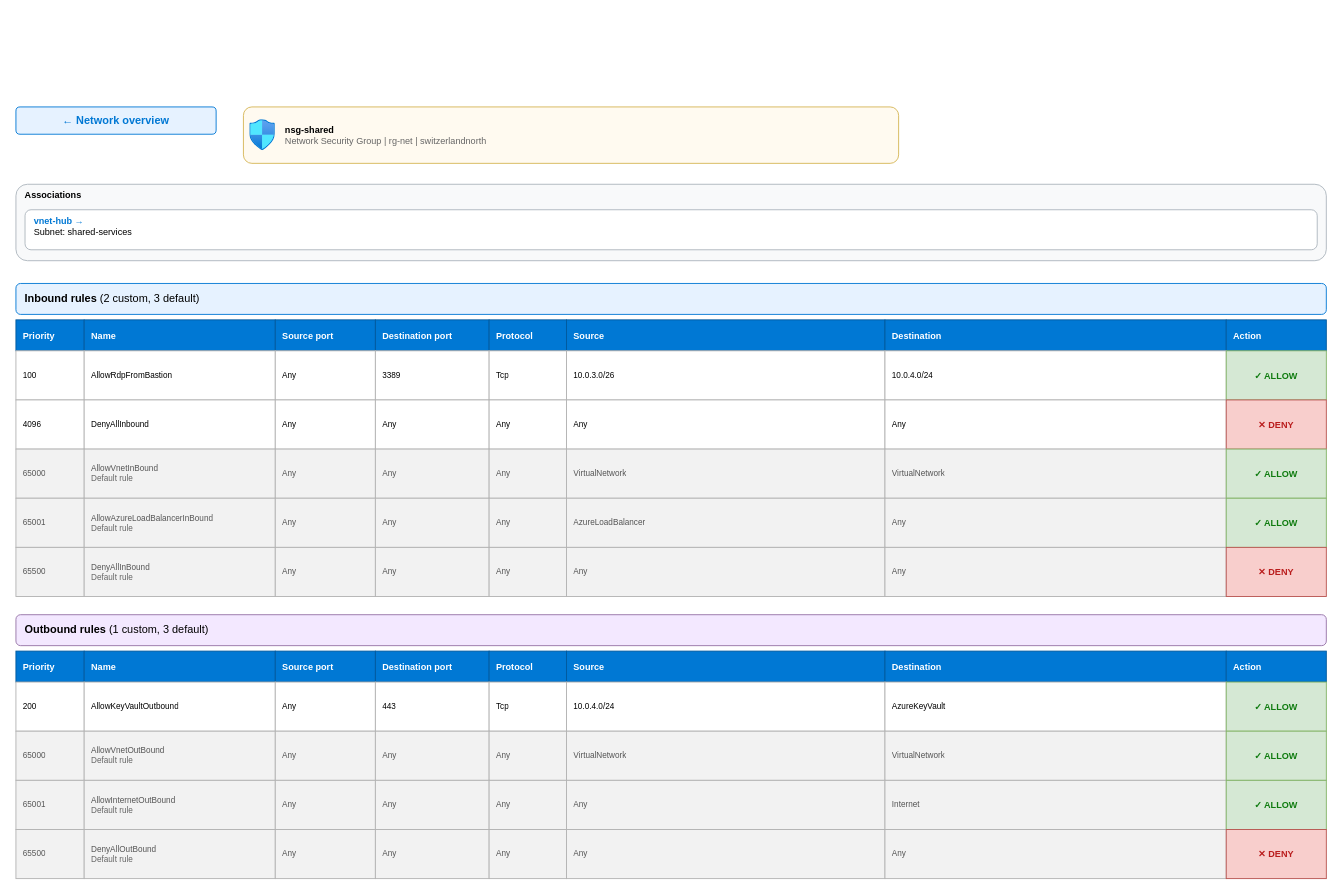
The draw.io diagram page "NSG - nsg-prod" (9 of 17) of sample-network.drawio in zh54321/VNetAtlas, before the edit. Source tidied: cells renumbered, new cells numbered last; positions are measured from the earlier drawing's top-left corner, leaving out a move shared by most shapes. Both pictures are drawn from the tidied source at 91%, with x=0, y=0 at pixel (15, 106).
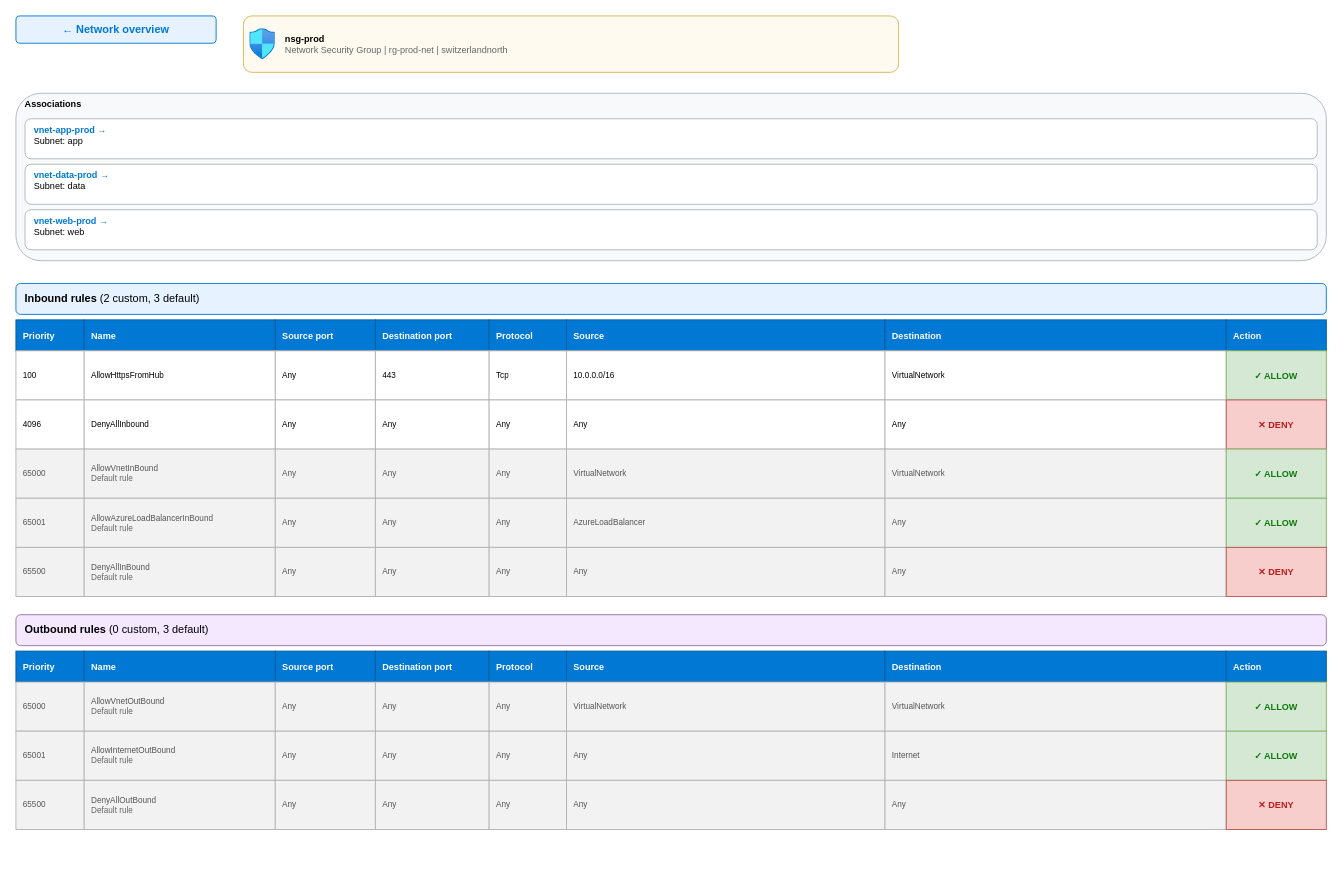
The same diagram, later.

What changed in the source:
```diff
@@
     <mxCell id="2" value="&amp;#8592; Network overview" style="rounded=1;whiteSpace=wrap;html=1;fillColor=light-dark(#e6f2ff,#1d2d40);strokeColor=light-dark(#0078d4,#4a9be0);fontColor=light-dark(#0078d4,#6cb6ff);fontStyle=1;" parent="1" vertex="1">
-      <mxGeometry width="220" height="30" as="geometry" />
+      <mxGeometry y="-100" width="220" height="30" as="geometry" />
     </mxCell>
-    <mxCell id="3" value="&lt;b&gt;nsg-shared&lt;/b&gt;&lt;br&gt;&lt;font color='#666666'&gt;Network Security Group | rg-net | switzerlandnorth&lt;/font&gt;" style="shape=label;rounded=1;whiteSpace=wrap;html=1;image=img/lib/azure2/networking/Network_Security_Groups.svg;imageWidth=28;imageHeight=34;imageAlign=left;imageVerticalAlign=middle;spacingLeft=44;align=left;verticalAlign=middle;fillColor=light-dark(#fffaf0,#2e2a1f);strokeColor=light-dark(#d6b656,#a88f3f);fontSize=10;overflow=hidden;fontColor=light-dark(#000000,#dcdde0);" parent="1" vertex="1">
-      <mxGeometry x="250" width="720" height="62" as="geometry" />
+    <mxCell id="3" value="&lt;b&gt;nsg-prod&lt;/b&gt;&lt;br&gt;&lt;font color='#666666'&gt;Network Security Group | rg-prod-net | switzerlandnorth&lt;/font&gt;" style="shape=label;rounded=1;whiteSpace=wrap;html=1;image=img/lib/azure2/networking/Network_Security_Groups.svg;imageWidth=28;imageHeight=34;imageAlign=left;imageVerticalAlign=middle;spacingLeft=44;align=left;verticalAlign=middle;fillColor=light-dark(#fffaf0,#2e2a1f);strokeColor=light-dark(#d6b656,#a88f3f);fontSize=10;overflow=hidden;fontColor=light-dark(#000000,#dcdde0);" parent="1" vertex="1">
+      <mxGeometry x="250" y="-100" width="720" height="62" as="geometry" />
     </mxCell>
     <mxCell id="4" value="&lt;b&gt;Associations&lt;/b&gt;" style="rounded=1;whiteSpace=wrap;html=1;fillColor=light-dark(#f8f9fa,#26282c);strokeColor=light-dark(#adb5bd,#4a4f57);fontSize=10;align=left;spacingLeft=8;verticalAlign=top;fontColor=light-dark(#000000,#dcdde0);" parent="1" vertex="1">
-      <mxGeometry y="85" width="1440" height="84" as="geometry" />
+      <mxGeometry y="-15" width="1440" height="184" as="geometry" />
     </mxCell>
-    <mxCell id="5" value="&lt;font color='#0078d4'&gt;&lt;b&gt;vnet-hub&lt;/b&gt; &amp;#8594;&lt;/font&gt;&lt;br&gt;Subnet: shared-services" style="rounded=1;whiteSpace=wrap;html=1;fillColor=light-dark(#ffffff,#2b2d31);strokeColor=light-dark(#adb5bd,#4a4f57);fontSize=10;align=left;spacingLeft=8;verticalAlign=top;fontColor=light-dark(#000000,#dcdde0);" parent="1" vertex="1">
-      <mxGeometry x="10" y="113" width="1420" height="44" as="geometry" />
+    <mxCell id="5" value="&lt;font color='#0078d4'&gt;&lt;b&gt;vnet-app-prod&lt;/b&gt; &amp;#8594;&lt;/font&gt;&lt;br&gt;Subnet: app" style="rounded=1;whiteSpace=wrap;html=1;fillColor=light-dark(#ffffff,#2b2d31);strokeColor=light-dark(#adb5bd,#4a4f57);fontSize=10;align=left;spacingLeft=8;verticalAlign=top;fontColor=light-dark(#000000,#dcdde0);" parent="1" vertex="1">
+      <mxGeometry x="10" y="13" width="1420" height="44" as="geometry" />
     </mxCell>
+    <mxCell id="96" value="&lt;font color='#0078d4'&gt;&lt;b&gt;vnet-data-prod&lt;/b&gt; &amp;#8594;&lt;/font&gt;&lt;br&gt;Subnet: data" style="rounded=1;whiteSpace=wrap;html=1;fillColor=light-dark(#ffffff,#2b2d31);strokeColor=light-dark(#adb5bd,#4a4f57);fontSize=10;align=left;spacingLeft=8;verticalAlign=top;fontColor=light-dark(#000000,#dcdde0);" parent="1" vertex="1">
+      <mxGeometry x="10" y="63" width="1420" height="44" as="geometry" />
+    </mxCell>
+    <mxCell id="97" value="&lt;font color='#0078d4'&gt;&lt;b&gt;vnet-web-prod&lt;/b&gt; &amp;#8594;&lt;/font&gt;&lt;br&gt;Subnet: web" style="rounded=1;whiteSpace=wrap;html=1;fillColor=light-dark(#ffffff,#2b2d31);strokeColor=light-dark(#adb5bd,#4a4f57);fontSize=10;align=left;spacingLeft=8;verticalAlign=top;fontColor=light-dark(#000000,#dcdde0);" parent="1" vertex="1">
+      <mxGeometry x="10" y="113" width="1420" height="44" as="geometry" />
+    </mxCell>
@@
-    <mxCell id="16" value="AllowRdpFromBastion" style="rounded=0;whiteSpace=wrap;html=1;fillColor=light-dark(#ffffff,#2b2d31);strokeColor=light-dark(#b3b3b3,#3e4148);fontSize=9;align=left;spacingLeft=6;overflow=hidden;fontColor=light-dark(#000000,#dcdde0);" parent="1" vertex="1">
+    <mxCell id="16" value="AllowHttpsFromHub" style="rounded=0;whiteSpace=wrap;html=1;fillColor=light-dark(#ffffff,#2b2d31);strokeColor=light-dark(#b3b3b3,#3e4148);fontSize=9;align=left;spacingLeft=6;overflow=hidden;fontColor=light-dark(#000000,#dcdde0);" parent="1" vertex="1">
       <mxGeometry x="75" y="268" width="210" height="54" as="geometry" />
     </mxCell>
@@
-    <mxCell id="18" value="3389" style="rounded=0;whiteSpace=wrap;html=1;fillColor=light-dark(#ffffff,#2b2d31);strokeColor=light-dark(#b3b3b3,#3e4148);fontSize=9;align=left;spacingLeft=6;overflow=hidden;fontColor=light-dark(#000000,#dcdde0);" parent="1" vertex="1">
+    <mxCell id="18" value="443" style="rounded=0;whiteSpace=wrap;html=1;fillColor=light-dark(#ffffff,#2b2d31);strokeColor=light-dark(#b3b3b3,#3e4148);fontSize=9;align=left;spacingLeft=6;overflow=hidden;fontColor=light-dark(#000000,#dcdde0);" parent="1" vertex="1">
       <mxGeometry x="395" y="268" width="125" height="54" as="geometry" />
     </mxCell>
@@
-    <mxCell id="20" value="10.0.3.0/26" style="rounded=0;whiteSpace=wrap;html=1;fillColor=light-dark(#ffffff,#2b2d31);strokeColor=light-dark(#b3b3b3,#3e4148);fontSize=9;align=left;spacingLeft=6;overflow=hidden;fontColor=light-dark(#000000,#dcdde0);" parent="1" vertex="1">
+    <mxCell id="20" value="10.0.0.0/16" style="rounded=0;whiteSpace=wrap;html=1;fillColor=light-dark(#ffffff,#2b2d31);strokeColor=light-dark(#b3b3b3,#3e4148);fontSize=9;align=left;spacingLeft=6;overflow=hidden;fontColor=light-dark(#000000,#dcdde0);" parent="1" vertex="1">
       <mxGeometry x="605" y="268" width="350" height="54" as="geometry" />
     </mxCell>
-    <mxCell id="21" value="10.0.4.0/24" style="rounded=0;whiteSpace=wrap;html=1;fillColor=light-dark(#ffffff,#2b2d31);strokeColor=light-dark(#b3b3b3,#3e4148);fontSize=9;align=left;spacingLeft=6;overflow=hidden;fontColor=light-dark(#000000,#dcdde0);" parent="1" vertex="1">
+    <mxCell id="21" value="VirtualNetwork" style="rounded=0;whiteSpace=wrap;html=1;fillColor=light-dark(#ffffff,#2b2d31);strokeColor=light-dark(#b3b3b3,#3e4148);fontSize=9;align=left;spacingLeft=6;overflow=hidden;fontColor=light-dark(#000000,#dcdde0);" parent="1" vertex="1">
       <mxGeometry x="955" y="268" width="375" height="54" as="geometry" />
     </mxCell>
@@
-    <mxCell id="55" value="&lt;b&gt;Outbound rules&lt;/b&gt; (1 custom, 3 default)" style="rounded=1;whiteSpace=wrap;html=1;fillColor=light-dark(#f3e8ff,#2d2340);strokeColor=light-dark(#9673a6,#9c84c4);fontSize=12;align=left;spacingLeft=8;fontColor=light-dark(#000000,#dcdde0);" parent="1" vertex="1">
+    <mxCell id="55" value="&lt;b&gt;Outbound rules&lt;/b&gt; (0 custom, 3 default)" style="rounded=1;whiteSpace=wrap;html=1;fillColor=light-dark(#f3e8ff,#2d2340);strokeColor=light-dark(#9673a6,#9c84c4);fontSize=12;align=left;spacingLeft=8;fontColor=light-dark(#000000,#dcdde0);" parent="1" vertex="1">
       <mxGeometry y="558" width="1440" height="34" as="geometry" />
     </mxCell>
@@
-    <mxCell id="64" value="200" style="rounded=0;whiteSpace=wrap;html=1;fillColor=light-dark(#ffffff,#2b2d31);strokeColor=light-dark(#b3b3b3,#3e4148);fontSize=9;align=left;spacingLeft=6;overflow=hidden;fontColor=light-dark(#000000,#dcdde0);" parent="1" vertex="1">
+    <mxCell id="64" value="65000" style="rounded=0;whiteSpace=wrap;html=1;fillColor=light-dark(#f2f2f2,#232427);strokeColor=light-dark(#b3b3b3,#3e4148);fontColor=light-dark(#555555,#a0a4aa);fontSize=9;align=left;spacingLeft=6;overflow=hidden;" parent="1" vertex="1">
       <mxGeometry y="632" width="75" height="54" as="geometry" />
     </mxCell>
-    <mxCell id="65" value="AllowKeyVaultOutbound" style="rounded=0;whiteSpace=wrap;html=1;fillColor=light-dark(#ffffff,#2b2d31);strokeColor=light-dark(#b3b3b3,#3e4148);fontSize=9;align=left;spacingLeft=6;overflow=hidden;fontColor=light-dark(#000000,#dcdde0);" parent="1" vertex="1">
+    <mxCell id="65" value="AllowVnetOutBound&lt;br&gt;&lt;font color='#666666'&gt;Default rule&lt;/font&gt;" style="rounded=0;whiteSpace=wrap;html=1;fillColor=light-dark(#f2f2f2,#232427);strokeColor=light-dark(#b3b3b3,#3e4148);fontColor=light-dark(#555555,#a0a4aa);fontSize=9;align=left;spacingLeft=6;overflow=hidden;" parent="1" vertex="1">
       <mxGeometry x="75" y="632" width="210" height="54" as="geometry" />
     </mxCell>
-    <mxCell id="66" value="Any" style="rounded=0;whiteSpace=wrap;html=1;fillColor=light-dark(#ffffff,#2b2d31);strokeColor=light-dark(#b3b3b3,#3e4148);fontSize=9;align=left;spacingLeft=6;overflow=hidden;fontColor=light-dark(#000000,#dcdde0);" parent="1" vertex="1">
+    <mxCell id="66" value="Any" style="rounded=0;whiteSpace=wrap;html=1;fillColor=light-dark(#f2f2f2,#232427);strokeColor=light-dark(#b3b3b3,#3e4148);fontColor=light-dark(#555555,#a0a4aa);fontSize=9;align=left;spacingLeft=6;overflow=hidden;" parent="1" vertex="1">
       <mxGeometry x="285" y="632" width="110" height="54" as="geometry" />
     </mxCell>
-    <mxCell id="67" value="443" style="rounded=0;whiteSpace=wrap;html=1;fillColor=light-dark(#ffffff,#2b2d31);strokeColor=light-dark(#b3b3b3,#3e4148);fontSize=9;align=left;spacingLeft=6;overflow=hidden;fontColor=light-dark(#000000,#dcdde0);" parent="1" vertex="1">
+    <mxCell id="67" value="Any" style="rounded=0;whiteSpace=wrap;html=1;fillColor=light-dark(#f2f2f2,#232427);strokeColor=light-dark(#b3b3b3,#3e4148);fontColor=light-dark(#555555,#a0a4aa);fontSize=9;align=left;spacingLeft=6;overflow=hidden;" parent="1" vertex="1">
       <mxGeometry x="395" y="632" width="125" height="54" as="geometry" />
     </mxCell>
-    <mxCell id="68" value="Tcp" style="rounded=0;whiteSpace=wrap;html=1;fillColor=light-dark(#ffffff,#2b2d31);strokeColor=light-dark(#b3b3b3,#3e4148);fontSize=9;align=left;spacingLeft=6;overflow=hidden;fontColor=light-dark(#000000,#dcdde0);" parent="1" vertex="1">
+    <mxCell id="68" value="Any" style="rounded=0;whiteSpace=wrap;html=1;fillColor=light-dark(#f2f2f2,#232427);strokeColor=light-dark(#b3b3b3,#3e4148);fontColor=light-dark(#555555,#a0a4aa);fontSize=9;align=left;spacingLeft=6;overflow=hidden;" parent="1" vertex="1">
       <mxGeometry x="520" y="632" width="85" height="54" as="geometry" />
     </mxCell>
-    <mxCell id="69" value="10.0.4.0/24" style="rounded=0;whiteSpace=wrap;html=1;fillColor=light-dark(#ffffff,#2b2d31);strokeColor=light-dark(#b3b3b3,#3e4148);fontSize=9;align=left;spacingLeft=6;overflow=hidden;fontColor=light-dark(#000000,#dcdde0);" parent="1" vertex="1">
+    <mxCell id="69" value="VirtualNetwork" style="rounded=0;whiteSpace=wrap;html=1;fillColor=light-dark(#f2f2f2,#232427);strokeColor=light-dark(#b3b3b3,#3e4148);fontColor=light-dark(#555555,#a0a4aa);fontSize=9;align=left;spacingLeft=6;overflow=hidden;" parent="1" vertex="1">
       <mxGeometry x="605" y="632" width="350" height="54" as="geometry" />
     </mxCell>
-    <mxCell id="70" value="AzureKeyVault" style="rounded=0;whiteSpace=wrap;html=1;fillColor=light-dark(#ffffff,#2b2d31);strokeColor=light-dark(#b3b3b3,#3e4148);fontSize=9;align=left;spacingLeft=6;overflow=hidden;fontColor=light-dark(#000000,#dcdde0);" parent="1" vertex="1">
+    <mxCell id="70" value="VirtualNetwork" style="rounded=0;whiteSpace=wrap;html=1;fillColor=light-dark(#f2f2f2,#232427);strokeColor=light-dark(#b3b3b3,#3e4148);fontColor=light-dark(#555555,#a0a4aa);fontSize=9;align=left;spacingLeft=6;overflow=hidden;" parent="1" vertex="1">
       <mxGeometry x="955" y="632" width="375" height="54" as="geometry" />
     </mxCell>
@@
-    <mxCell id="72" value="65000" style="rounded=0;whiteSpace=wrap;html=1;fillColor=light-dark(#f2f2f2,#232427);strokeColor=light-dark(#b3b3b3,#3e4148);fontColor=light-dark(#555555,#a0a4aa);fontSize=9;align=left;spacingLeft=6;overflow=hidden;" parent="1" vertex="1">
+    <mxCell id="72" value="65001" style="rounded=0;whiteSpace=wrap;html=1;fillColor=light-dark(#f2f2f2,#232427);strokeColor=light-dark(#b3b3b3,#3e4148);fontColor=light-dark(#555555,#a0a4aa);fontSize=9;align=left;spacingLeft=6;overflow=hidden;" parent="1" vertex="1">
       <mxGeometry y="686" width="75" height="54" as="geometry" />
     </mxCell>
-    <mxCell id="73" value="AllowVnetOutBound&lt;br&gt;&lt;font color='#666666'&gt;Default rule&lt;/font&gt;" style="rounded=0;whiteSpace=wrap;html=1;fillColor=light-dark(#f2f2f2,#232427);strokeColor=light-dark(#b3b3b3,#3e4148);fontColor=light-dark(#555555,#a0a4aa);fontSize=9;align=left;spacingLeft=6;overflow=hidden;" parent="1" vertex="1">
+    <mxCell id="73" value="AllowInternetOutBound&lt;br&gt;&lt;font color='#666666'&gt;Default rule&lt;/font&gt;" style="rounded=0;whiteSpace=wrap;html=1;fillColor=light-dark(#f2f2f2,#232427);strokeColor=light-dark(#b3b3b3,#3e4148);fontColor=light-dark(#555555,#a0a4aa);fontSize=9;align=left;spacingLeft=6;overflow=hidden;" parent="1" vertex="1">
       <mxGeometry x="75" y="686" width="210" height="54" as="geometry" />
     </mxCell>
@@
-    <mxCell id="77" value="VirtualNetwork" style="rounded=0;whiteSpace=wrap;html=1;fillColor=light-dark(#f2f2f2,#232427);strokeColor=light-dark(#b3b3b3,#3e4148);fontColor=light-dark(#555555,#a0a4aa);fontSize=9;align=left;spacingLeft=6;overflow=hidden;" parent="1" vertex="1">
+    <mxCell id="77" value="Any" style="rounded=0;whiteSpace=wrap;html=1;fillColor=light-dark(#f2f2f2,#232427);strokeColor=light-dark(#b3b3b3,#3e4148);fontColor=light-dark(#555555,#a0a4aa);fontSize=9;align=left;spacingLeft=6;overflow=hidden;" parent="1" vertex="1">
       <mxGeometry x="605" y="686" width="350" height="54" as="geometry" />
     </mxCell>
-    <mxCell id="78" value="VirtualNetwork" style="rounded=0;whiteSpace=wrap;html=1;fillColor=light-dark(#f2f2f2,#232427);strokeColor=light-dark(#b3b3b3,#3e4148);fontColor=light-dark(#555555,#a0a4aa);fontSize=9;align=left;spacingLeft=6;overflow=hidden;" parent="1" vertex="1">
+    <mxCell id="78" value="Internet" style="rounded=0;whiteSpace=wrap;html=1;fillColor=light-dark(#f2f2f2,#232427);strokeColor=light-dark(#b3b3b3,#3e4148);fontColor=light-dark(#555555,#a0a4aa);fontSize=9;align=left;spacingLeft=6;overflow=hidden;" parent="1" vertex="1">
       <mxGeometry x="955" y="686" width="375" height="54" as="geometry" />
     </mxCell>
@@
-    <mxCell id="80" value="65001" style="rounded=0;whiteSpace=wrap;html=1;fillColor=light-dark(#f2f2f2,#232427);strokeColor=light-dark(#b3b3b3,#3e4148);fontColor=light-dark(#555555,#a0a4aa);fontSize=9;align=left;spacingLeft=6;overflow=hidden;" parent="1" vertex="1">
+    <mxCell id="80" value="65500" style="rounded=0;whiteSpace=wrap;html=1;fillColor=light-dark(#f2f2f2,#232427);strokeColor=light-dark(#b3b3b3,#3e4148);fontColor=light-dark(#555555,#a0a4aa);fontSize=9;align=left;spacingLeft=6;overflow=hidden;" parent="1" vertex="1">
       <mxGeometry y="740" width="75" height="54" as="geometry" />
     </mxCell>
-    <mxCell id="81" value="AllowInternetOutBound&lt;br&gt;&lt;font color='#666666'&gt;Default rule&lt;/font&gt;" style="rounded=0;whiteSpace=wrap;html=1;fillColor=light-dark(#f2f2f2,#232427);strokeColor=light-dark(#b3b3b3,#3e4148);fontColor=light-dark(#555555,#a0a4aa);fontSize=9;align=left;spacingLeft=6;overflow=hidden;" parent="1" vertex="1">
+    <mxCell id="81" value="DenyAllOutBound&lt;br&gt;&lt;font color='#666666'&gt;Default rule&lt;/font&gt;" style="rounded=0;whiteSpace=wrap;html=1;fillColor=light-dark(#f2f2f2,#232427);strokeColor=light-dark(#b3b3b3,#3e4148);fontColor=light-dark(#555555,#a0a4aa);fontSize=9;align=left;spacingLeft=6;overflow=hidden;" parent="1" vertex="1">
       <mxGeometry x="75" y="740" width="210" height="54" as="geometry" />
     </mxCell>
@@
-    <mxCell id="86" value="Internet" style="rounded=0;whiteSpace=wrap;html=1;fillColor=light-dark(#f2f2f2,#232427);strokeColor=light-dark(#b3b3b3,#3e4148);fontColor=light-dark(#555555,#a0a4aa);fontSize=9;align=left;spacingLeft=6;overflow=hidden;" parent="1" vertex="1">
+    <mxCell id="86" value="Any" style="rounded=0;whiteSpace=wrap;html=1;fillColor=light-dark(#f2f2f2,#232427);strokeColor=light-dark(#b3b3b3,#3e4148);fontColor=light-dark(#555555,#a0a4aa);fontSize=9;align=left;spacingLeft=6;overflow=hidden;" parent="1" vertex="1">
       <mxGeometry x="955" y="740" width="375" height="54" as="geometry" />
     </mxCell>
-    <mxCell id="87" value="✓ ALLOW" style="rounded=0;whiteSpace=wrap;html=1;fillColor=light-dark(#d5e8d4,#1f3324);strokeColor=light-dark(#82b366,#5e9a55);fontColor=light-dark(#107c10,#7fd18b);fontStyle=1;fontSize=10;align=center;" parent="1" vertex="1">
+    <mxCell id="87" value="✕ DENY" style="rounded=0;whiteSpace=wrap;html=1;fillColor=light-dark(#f8cecc,#3d2326);strokeColor=light-dark(#b85450,#a8504c);fontColor=light-dark(#b91c1c,#ff8f8f);fontStyle=1;fontSize=10;align=center;" parent="1" vertex="1">
       <mxGeometry x="1330" y="740" width="110" height="54" as="geometry" />
     </mxCell>
-    <mxCell id="88" value="65500" style="rounded=0;whiteSpace=wrap;html=1;fillColor=light-dark(#f2f2f2,#232427);strokeColor=light-dark(#b3b3b3,#3e4148);fontColor=light-dark(#555555,#a0a4aa);fontSize=9;align=left;spacingLeft=6;overflow=hidden;" parent="1" vertex="1">
-      <mxGeometry y="794" width="75" height="54" as="geometry" />
-    </mxCell>
-    <mxCell id="89" value="DenyAllOutBound&lt;br&gt;&lt;font color='#666666'&gt;Default rule&lt;/font&gt;" style="rounded=0;whiteSpace=wrap;html=1;fillColor=light-dark(#f2f2f2,#232427);strokeColor=light-dark(#b3b3b3,#3e4148);fontColor=light-dark(#555555,#a0a4aa);fontSize=9;align=left;spacingLeft=6;overflow=hidden;" parent="1" vertex="1">
-      <mxGeometry x="75" y="794" width="210" height="54" as="geometry" />
-    </mxCell>
-    <mxCell id="90" value="Any" style="rounded=0;whiteSpace=wrap;html=1;fillColor=light-dark(#f2f2f2,#232427);strokeColor=light-dark(#b3b3b3,#3e4148);fontColor=light-dark(#555555,#a0a4aa);fontSize=9;align=left;spacingLeft=6;overflow=hidden;" parent="1" vertex="1">
-      <mxGeometry x="285" y="794" width="110" height="54" as="geometry" />
-    </mxCell>
-    <mxCell id="91" value="Any" style="rounded=0;whiteSpace=wrap;html=1;fillColor=light-dark(#f2f2f2,#232427);strokeColor=light-dark(#b3b3b3,#3e4148);fontColor=light-dark(#555555,#a0a4aa);fontSize=9;align=left;spacingLeft=6;overflow=hidden;" parent="1" vertex="1">
-      <mxGeometry x="395" y="794" width="125" height="54" as="geometry" />
-    </mxCell>
-    <mxCell id="92" value="Any" style="rounded=0;whiteSpace=wrap;html=1;fillColor=light-dark(#f2f2f2,#232427);strokeColor=light-dark(#b3b3b3,#3e4148);fontColor=light-dark(#555555,#a0a4aa);fontSize=9;align=left;spacingLeft=6;overflow=hidden;" parent="1" vertex="1">
-      <mxGeometry x="520" y="794" width="85" height="54" as="geometry" />
-    </mxCell>
-    <mxCell id="93" value="Any" style="rounded=0;whiteSpace=wrap;html=1;fillColor=light-dark(#f2f2f2,#232427);strokeColor=light-dark(#b3b3b3,#3e4148);fontColor=light-dark(#555555,#a0a4aa);fontSize=9;align=left;spacingLeft=6;overflow=hidden;" parent="1" vertex="1">
-      <mxGeometry x="605" y="794" width="350" height="54" as="geometry" />
-    </mxCell>
-    <mxCell id="94" value="Any" style="rounded=0;whiteSpace=wrap;html=1;fillColor=light-dark(#f2f2f2,#232427);strokeColor=light-dark(#b3b3b3,#3e4148);fontColor=light-dark(#555555,#a0a4aa);fontSize=9;align=left;spacingLeft=6;overflow=hidden;" parent="1" vertex="1">
-      <mxGeometry x="955" y="794" width="375" height="54" as="geometry" />
-    </mxCell>
-    <mxCell id="95" value="✕ DENY" style="rounded=0;whiteSpace=wrap;html=1;fillColor=light-dark(#f8cecc,#3d2326);strokeColor=light-dark(#b85450,#a8504c);fontColor=light-dark(#b91c1c,#ff8f8f);fontStyle=1;fontSize=10;align=center;" parent="1" vertex="1">
-      <mxGeometry x="1330" y="794" width="110" height="54" as="geometry" />
-    </mxCell>
```
